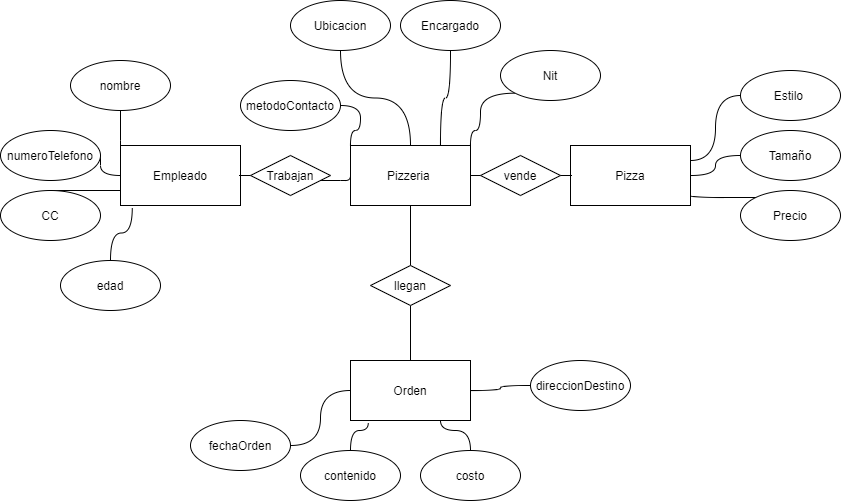
This is images/PizzaGit.png from DEGED/Modelado-de-sistemas, a draw.io export, as it was before one commit. Source tidied: cells renumbered, new cells last; positions are measured from the earlier drawing's top-left corner, leaving out a move shared by most shapes.
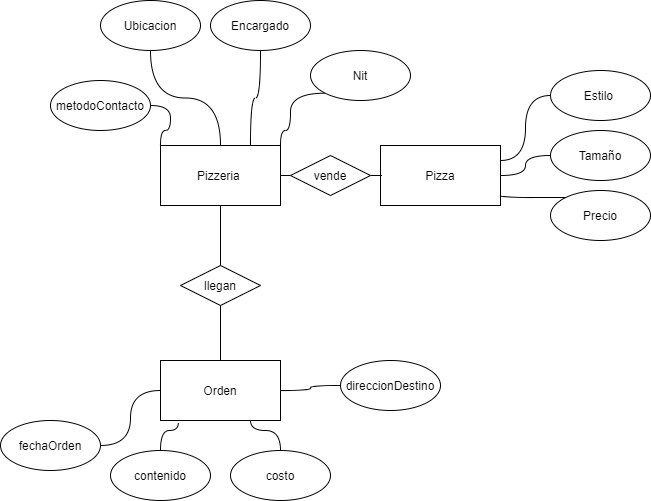
The same diagram one commit later.

Change to the diagram source:
```diff
@@ -62,20 +62,6 @@
     <mxCell id="15" value="Pizza" style="rounded=0;whiteSpace=wrap;html=1;" parent="1" vertex="1">
       <mxGeometry x="570" y="145" width="120" height="60" as="geometry" />
     </mxCell>
-    <mxCell id="16" style="edgeStyle=orthogonalEdgeStyle;curved=1;rounded=0;jettySize=auto;html=1;entryX=0.5;entryY=1;entryDx=0;entryDy=0;endArrow=none;endFill=0;exitX=0;exitY=0.25;exitDx=0;exitDy=0;" parent="1" edge="1" source="18" target="23">
-      <mxGeometry relative="1" as="geometry">
-        <Array as="points">
-          <mxPoint x="120" y="140" />
-          <mxPoint x="120" y="140" />
-        </Array>
-      </mxGeometry>
-    </mxCell>
-    <mxCell id="17" style="edgeStyle=orthogonalEdgeStyle;curved=1;rounded=0;jettySize=auto;html=1;entryX=1;entryY=0.5;entryDx=0;entryDy=0;endArrow=none;endFill=0;" parent="1" edge="1" source="18" target="24">
-      <mxGeometry relative="1" as="geometry" />
-    </mxCell>
-    <mxCell id="18" value="Empleado" style="rounded=0;whiteSpace=wrap;html=1;" parent="1" vertex="1">
-      <mxGeometry x="120" y="145" width="120" height="60" as="geometry" />
-    </mxCell>
     <mxCell id="19" value="Orden" style="rounded=0;whiteSpace=wrap;html=1;" parent="1" vertex="1">
       <mxGeometry x="350" y="360" width="120" height="60" as="geometry" />
     </mxCell>
@@ -88,45 +74,9 @@
     <mxCell id="22" value="Estilo&amp;nbsp;" style="ellipse;whiteSpace=wrap;html=1;" parent="1" vertex="1">
       <mxGeometry x="740" y="70" width="100" height="50" as="geometry" />
     </mxCell>
-    <mxCell id="23" value="nombre" style="ellipse;whiteSpace=wrap;html=1;" parent="1" vertex="1">
-      <mxGeometry x="70" y="60" width="100" height="50" as="geometry" />
-    </mxCell>
-    <mxCell id="24" value="numeroTelefono" style="ellipse;whiteSpace=wrap;html=1;" parent="1" vertex="1">
-      <mxGeometry y="130" width="100" height="50" as="geometry" />
-    </mxCell>
-    <mxCell id="25" style="edgeStyle=orthogonalEdgeStyle;curved=1;rounded=0;jettySize=auto;html=1;entryX=0.098;entryY=1.037;entryDx=0;entryDy=0;endArrow=none;endFill=0;entryPerimeter=0;" parent="1" edge="1" source="26" target="18">
-      <mxGeometry relative="1" as="geometry" />
-    </mxCell>
-    <mxCell id="26" value="edad" style="ellipse;whiteSpace=wrap;html=1;" parent="1" vertex="1">
-      <mxGeometry x="60" y="260" width="100" height="50" as="geometry" />
-    </mxCell>
-    <mxCell id="27" style="edgeStyle=orthogonalEdgeStyle;curved=1;rounded=0;jettySize=auto;html=1;entryX=0;entryY=0.75;entryDx=0;entryDy=0;endArrow=none;endFill=0;" parent="1" edge="1" source="28" target="18">
-      <mxGeometry relative="1" as="geometry">
-        <Array as="points">
-          <mxPoint x="100" y="210" />
-        </Array>
-      </mxGeometry>
-    </mxCell>
-    <mxCell id="28" value="CC" style="ellipse;whiteSpace=wrap;html=1;" parent="1" vertex="1">
-      <mxGeometry y="190" width="100" height="50" as="geometry" />
-    </mxCell>
     <mxCell id="29" value="Nit" style="ellipse;whiteSpace=wrap;html=1;" parent="1" vertex="1">
       <mxGeometry x="500" y="50" width="100" height="50" as="geometry" />
     </mxCell>
-    <mxCell id="30" style="edgeStyle=orthogonalEdgeStyle;curved=1;rounded=0;jettySize=auto;html=1;entryX=0;entryY=0.5;entryDx=0;entryDy=0;endArrow=none;endFill=0;" parent="1" edge="1" source="32" target="5">
-      <mxGeometry relative="1" as="geometry">
-        <Array as="points">
-          <mxPoint x="340" y="180" />
-          <mxPoint x="340" y="180" />
-        </Array>
-      </mxGeometry>
-    </mxCell>
-    <mxCell id="31" style="edgeStyle=orthogonalEdgeStyle;curved=1;rounded=0;jettySize=auto;html=1;entryX=1;entryY=0.5;entryDx=0;entryDy=0;endArrow=none;endFill=0;" parent="1" edge="1" source="32" target="18">
-      <mxGeometry relative="1" as="geometry" />
-    </mxCell>
-    <mxCell id="32" value="Trabajan" style="rhombus;whiteSpace=wrap;html=1;" parent="1" vertex="1">
-      <mxGeometry x="250" y="155" width="80" height="40" as="geometry" />
-    </mxCell>
     <mxCell id="33" style="edgeStyle=orthogonalEdgeStyle;curved=1;rounded=0;jettySize=auto;html=1;entryX=0;entryY=0.5;entryDx=0;entryDy=0;endArrow=none;endFill=0;" parent="1" edge="1" source="34" target="15">
       <mxGeometry relative="1" as="geometry" />
     </mxCell>
```
